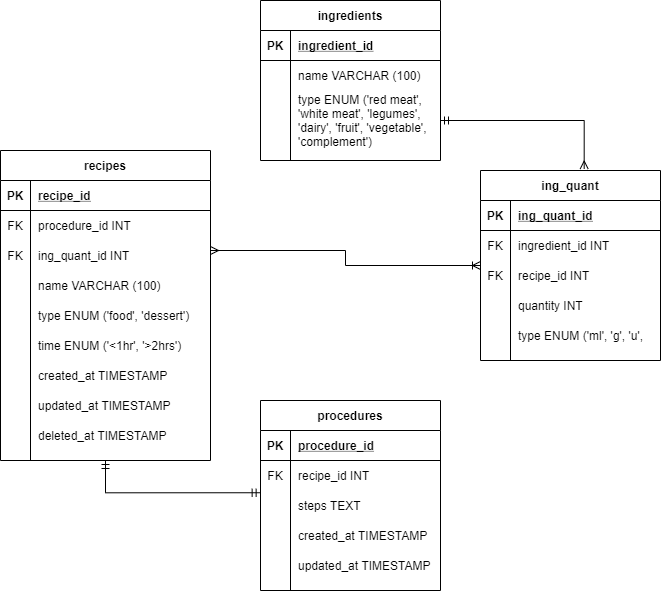
Earlier version of the draw.io export cookipies.png (Integradora-bis/Diagram). Source tidied: cells renumbered, new cells last; positions are measured from the earlier drawing's top-left corner, leaving out a move shared by most shapes.
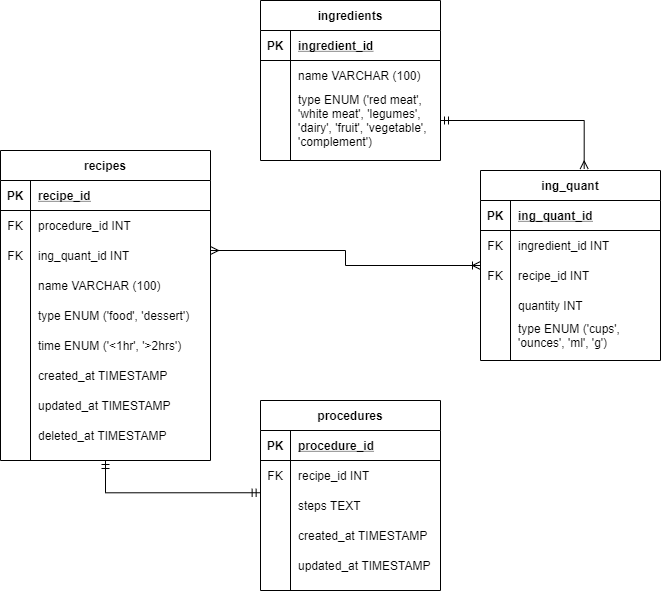
The same diagram one commit later.

The edit, as a diff of the source:
```diff
@@ -52,7 +52,7 @@
     <mxCell id="17" style="shape=partialRectangle;fillColor=none;top=0;left=0;bottom=0;right=0;overflow=hidden;" parent="16" vertex="1">
       <mxGeometry width="30" height="30" as="geometry" />
     </mxCell>
-    <mxCell id="18" value="type ENUM ('ml', 'g', 'u', " style="shape=partialRectangle;fillColor=none;top=0;left=0;bottom=0;right=0;align=left;spacingLeft=6;overflow=hidden;" parent="16" vertex="1">
+    <mxCell id="18" value="type ENUM ('cups', &#10;'ounces', 'ml', 'g')" style="shape=partialRectangle;fillColor=none;top=0;left=0;bottom=0;right=0;align=left;spacingLeft=6;overflow=hidden;" parent="16" vertex="1">
       <mxGeometry x="30" width="150" height="30" as="geometry" />
     </mxCell>
     <mxCell id="19" style="edgeStyle=orthogonalEdgeStyle;rounded=0;jettySize=auto;html=1;exitX=0.5;exitY=1;exitDx=0;exitDy=0;entryX=-0.002;entryY=0.075;entryDx=0;entryDy=0;entryPerimeter=0;startArrow=ERmandOne;startFill=0;endArrow=ERmandOne;endFill=0;" parent="1" edge="1" source="20" target="66">
```
